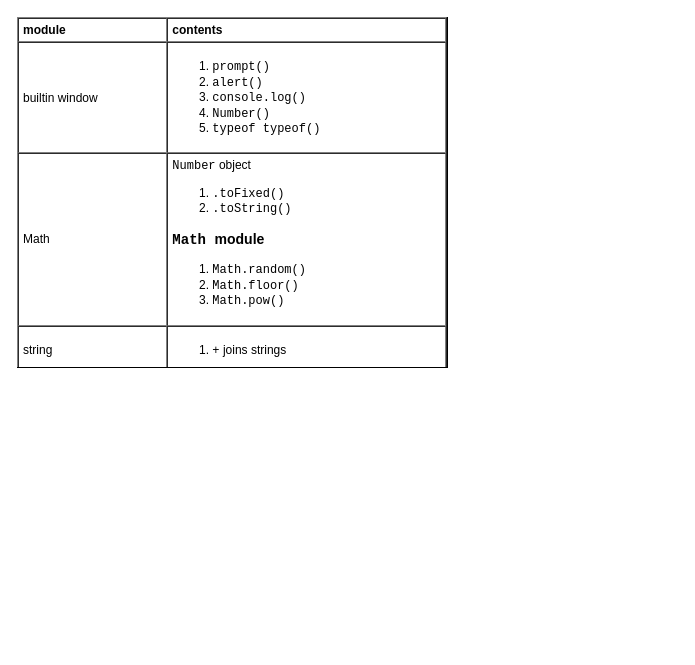
Before: page "functions" (3 of 4) of languages/javascript/javascript.drawio in yangdj/tf_docs, a draw.io diagram. Source tidied: cells renumbered, new cells numbered last; positions are measured from the earlier drawing's top-left corner, leaving out a move shared by most shapes. Both pictures are drawn from the tidied source at 100%, with x=0, y=0 at pixel (17, 17).
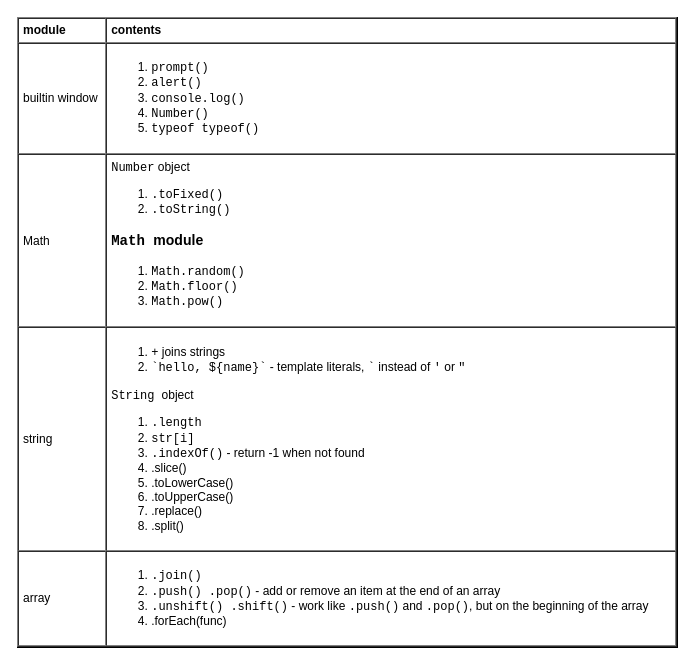
Above is the later version.

Diff of the diagram source:
```diff
@@
 <mxGraphModel>
   <root>
     <mxCell id="0" />
     <mxCell id="1" parent="0" />
-    <mxCell id="2" value="&lt;table cellpadding=&quot;4&quot; cellspacing=&quot;0&quot; border=&quot;1&quot; style=&quot;font-size: 1em ; width: 100% ; height: 100%&quot;&gt;&lt;tbody&gt;&lt;tr&gt;&lt;th&gt;module&lt;/th&gt;&lt;th&gt;contents&lt;/th&gt;&lt;/tr&gt;&lt;tr&gt;&lt;td&gt;builtin window&lt;/td&gt;&lt;td&gt;&lt;ol&gt;&lt;li&gt;&lt;font face=&quot;Courier New&quot;&gt;prompt()&lt;/font&gt;&lt;/li&gt;&lt;li&gt;&lt;font face=&quot;Courier New&quot;&gt;alert()&lt;/font&gt;&lt;/li&gt;&lt;li&gt;&lt;font face=&quot;Courier New&quot;&gt;console.log()&lt;/font&gt;&lt;/li&gt;&lt;li&gt;&lt;font face=&quot;Courier New&quot;&gt;Number()&lt;/font&gt;&lt;/li&gt;&lt;li&gt;&lt;font face=&quot;Courier New&quot;&gt;typeof typeof()&lt;/font&gt;&lt;/li&gt;&lt;/ol&gt;&lt;/td&gt;&lt;/tr&gt;&lt;tr&gt;&lt;td&gt;Math&lt;/td&gt;&lt;td&gt;&lt;div&gt;&lt;font face=&quot;Courier New&quot;&gt;Number&lt;/font&gt;&amp;nbsp;object&lt;/div&gt;&lt;div&gt;&lt;ol&gt;&lt;li&gt;&lt;font face=&quot;Courier New&quot;&gt;.toFixed()&lt;/font&gt;&lt;/li&gt;&lt;li&gt;&lt;font face=&quot;Courier New&quot;&gt;.toString()&lt;/font&gt;&lt;/li&gt;&lt;/ol&gt;&lt;/div&gt;&lt;h3&gt;&lt;font face=&quot;Courier New&quot;&gt;Math &lt;/font&gt;module&lt;/h3&gt;&lt;ol&gt;&lt;li&gt;&lt;font face=&quot;Courier New&quot;&gt;Math.random()&lt;/font&gt;&lt;/li&gt;&lt;li&gt;&lt;font face=&quot;Courier New&quot;&gt;Math.floor()&lt;/font&gt;&lt;/li&gt;&lt;li&gt;&lt;font face=&quot;Courier New&quot;&gt;Math.pow()&lt;/font&gt;&lt;/li&gt;&lt;/ol&gt;&lt;/td&gt;&lt;/tr&gt;&lt;tr&gt;&lt;td&gt;string&lt;/td&gt;&lt;td&gt;&lt;ol&gt;&lt;li&gt;&lt;font face=&quot;Courier New&quot;&gt;+&lt;/font&gt;&amp;nbsp;joins strings&lt;/li&gt;&lt;/ol&gt;&lt;/td&gt;&lt;/tr&gt;&lt;/tbody&gt;&lt;/table&gt; " style="verticalAlign=top;align=left;overflow=fill;fontSize=12;fontFamily=Helvetica;html=1;" parent="1" vertex="1">
-      <mxGeometry width="430" height="350" as="geometry" />
+    <mxCell id="2" value="&lt;table cellpadding=&quot;4&quot; cellspacing=&quot;0&quot; border=&quot;1&quot; style=&quot;font-size: 1em ; width: 100% ; height: 100%&quot;&gt;&lt;tbody&gt;&lt;tr&gt;&lt;th&gt;module&lt;/th&gt;&lt;th&gt;contents&lt;/th&gt;&lt;/tr&gt;&lt;tr&gt;&lt;td&gt;builtin window&lt;/td&gt;&lt;td&gt;&lt;ol&gt;&lt;li&gt;&lt;font face=&quot;Courier New&quot;&gt;prompt()&lt;/font&gt;&lt;/li&gt;&lt;li&gt;&lt;font face=&quot;Courier New&quot;&gt;alert()&lt;/font&gt;&lt;/li&gt;&lt;li&gt;&lt;font face=&quot;Courier New&quot;&gt;console.log()&lt;/font&gt;&lt;/li&gt;&lt;li&gt;&lt;font face=&quot;Courier New&quot;&gt;Number()&lt;/font&gt;&lt;/li&gt;&lt;li&gt;&lt;font face=&quot;Courier New&quot;&gt;typeof typeof()&lt;/font&gt;&lt;/li&gt;&lt;/ol&gt;&lt;/td&gt;&lt;/tr&gt;&lt;tr&gt;&lt;td&gt;Math&lt;/td&gt;&lt;td&gt;&lt;div&gt;&lt;font face=&quot;Courier New&quot;&gt;Number&lt;/font&gt;&amp;nbsp;object&lt;/div&gt;&lt;div&gt;&lt;ol&gt;&lt;li&gt;&lt;font face=&quot;Courier New&quot;&gt;.toFixed()&lt;/font&gt;&lt;/li&gt;&lt;li&gt;&lt;font face=&quot;Courier New&quot;&gt;.toString()&lt;/font&gt;&lt;/li&gt;&lt;/ol&gt;&lt;/div&gt;&lt;h3&gt;&lt;font face=&quot;Courier New&quot;&gt;Math &lt;/font&gt;module&lt;/h3&gt;&lt;ol&gt;&lt;li&gt;&lt;font face=&quot;Courier New&quot;&gt;Math.random()&lt;/font&gt;&lt;/li&gt;&lt;li&gt;&lt;font face=&quot;Courier New&quot;&gt;Math.floor()&lt;/font&gt;&lt;/li&gt;&lt;li&gt;&lt;font face=&quot;Courier New&quot;&gt;Math.pow()&lt;/font&gt;&lt;/li&gt;&lt;/ol&gt;&lt;/td&gt;&lt;/tr&gt;&lt;tr&gt;&lt;td&gt;string&lt;/td&gt;&lt;td&gt;&lt;ol&gt;&lt;li&gt;&lt;font face=&quot;Courier New&quot;&gt;+&lt;/font&gt;&amp;nbsp;joins strings&lt;/li&gt;&lt;li&gt;&lt;font face=&quot;Courier New&quot;&gt;`hello, ${name}`&lt;/font&gt; - template literals, &lt;font face=&quot;Courier New&quot;&gt;`&lt;/font&gt; instead of &lt;font face=&quot;Courier New&quot;&gt;'&lt;/font&gt; or &lt;font face=&quot;Courier New&quot;&gt;&quot;&lt;/font&gt;&lt;/li&gt;&lt;/ol&gt;&lt;div&gt;&lt;font face=&quot;Courier New&quot;&gt;String &lt;/font&gt;object&lt;/div&gt;&lt;div&gt;&lt;ol&gt;&lt;li&gt;&lt;font face=&quot;Courier New&quot;&gt;.length&lt;/font&gt;&lt;/li&gt;&lt;li&gt;&lt;font face=&quot;Courier New&quot;&gt;str[i]&lt;/font&gt;&lt;/li&gt;&lt;li&gt;&lt;font face=&quot;Courier New&quot;&gt;.indexOf()&lt;/font&gt;&amp;nbsp;- return -1 when not found&lt;/li&gt;&lt;li&gt;.slice()&lt;/li&gt;&lt;li&gt;.toLowerCase()&lt;/li&gt;&lt;li&gt;.toUpperCase()&lt;/li&gt;&lt;li&gt;.replace()&lt;/li&gt;&lt;li&gt;.split()&lt;/li&gt;&lt;/ol&gt;&lt;/div&gt;&lt;/td&gt;&lt;/tr&gt;&lt;tr&gt;&lt;td&gt;array&lt;/td&gt;&lt;td&gt;&lt;ol&gt;&lt;li&gt;&lt;font face=&quot;Courier New&quot;&gt;.join()&lt;/font&gt;&lt;/li&gt;&lt;li&gt;&lt;font face=&quot;Courier New&quot;&gt;.push() .pop()&lt;/font&gt;&amp;nbsp;- add or remove an item at the end of an array&lt;/li&gt;&lt;li&gt;&lt;font face=&quot;Courier New&quot;&gt;.unshift() .shift()&lt;/font&gt;&amp;nbsp;- work like &lt;font face=&quot;Courier New&quot;&gt;.push()&lt;/font&gt; and &lt;font face=&quot;Courier New&quot;&gt;.pop()&lt;/font&gt;, but on the beginning of the array&lt;/li&gt;&lt;li&gt;.forEach(func)&lt;/li&gt;&lt;/ol&gt;&lt;/td&gt;&lt;/tr&gt;&lt;/tbody&gt;&lt;/table&gt; " style="verticalAlign=top;align=left;overflow=fill;fontSize=12;fontFamily=Helvetica;html=1;" parent="1" vertex="1">
+      <mxGeometry width="660" height="630" as="geometry" />
     </mxCell>
   </root>
 </mxGraphModel>
```
